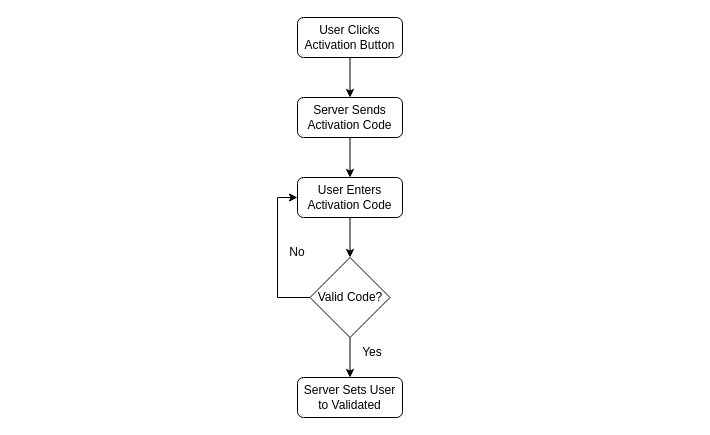
Before: dynamic state charts/activationDataflow.drawio in comment-anything/Specifications, a draw.io diagram. Source tidied: cells renumbered, new cells numbered last; positions are measured from the earlier drawing's top-left corner, leaving out a move shared by most shapes. Both pictures are drawn from the tidied source at 100%, with x=0, y=0 at pixel (267, 17).
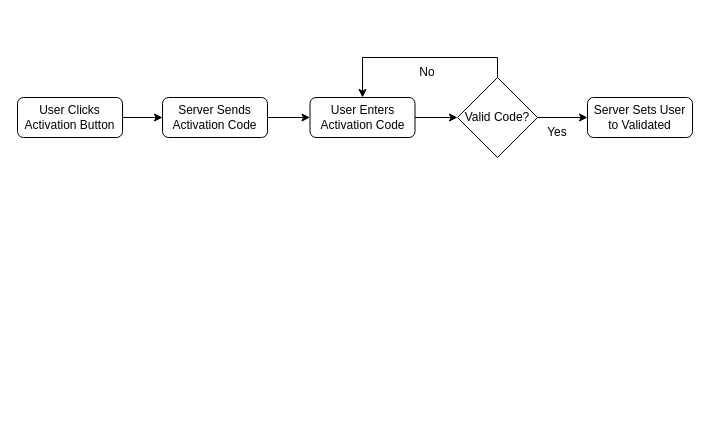
The same diagram, later.

Commit message (it also covers changes not shown here):
Updates to Activation Dataflow

What changed in the source:
```diff
@@
 <mxGraphModel>
   <root>
     <mxCell id="0" />
     <mxCell id="1" parent="0" />
     <mxCell id="2" style="edgeStyle=orthogonalEdgeStyle;rounded=0;jettySize=auto;html=1;" parent="1" edge="1" source="3" target="5">
       <mxGeometry relative="1" as="geometry" />
     </mxCell>
     <mxCell id="3" value="&lt;div&gt;User Clicks Activation Button&lt;/div&gt;" style="rounded=1;whiteSpace=wrap;html=1;fontSize=12;glass=0;strokeWidth=1;shadow=0;" parent="1" vertex="1">
-      <mxGeometry x="30" width="105" height="40" as="geometry" />
+      <mxGeometry x="-250" y="80" width="105" height="40" as="geometry" />
     </mxCell>
     <mxCell id="4" style="edgeStyle=orthogonalEdgeStyle;rounded=0;jettySize=auto;html=1;" parent="1" edge="1" source="5" target="7">
       <mxGeometry relative="1" as="geometry" />
     </mxCell>
     <mxCell id="5" value="Server Sends Activation Code" style="rounded=1;whiteSpace=wrap;html=1;fontSize=12;glass=0;strokeWidth=1;shadow=0;" parent="1" vertex="1">
-      <mxGeometry x="30" y="80" width="105" height="40" as="geometry" />
+      <mxGeometry x="-105" y="80" width="105" height="40" as="geometry" />
     </mxCell>
     <mxCell id="6" style="edgeStyle=orthogonalEdgeStyle;rounded=0;jettySize=auto;html=1;" parent="1" edge="1" source="7" target="10">
       <mxGeometry relative="1" as="geometry" />
     </mxCell>
     <mxCell id="7" value="&lt;div&gt;User Enters&lt;/div&gt;&lt;div&gt;Activation Code&lt;br&gt;&lt;/div&gt;" style="rounded=1;whiteSpace=wrap;html=1;fontSize=12;glass=0;strokeWidth=1;shadow=0;" parent="1" vertex="1">
-      <mxGeometry x="30" y="160" width="105" height="40" as="geometry" />
+      <mxGeometry x="42.5" y="80" width="105" height="40" as="geometry" />
     </mxCell>
     <mxCell id="8" style="edgeStyle=orthogonalEdgeStyle;rounded=0;jettySize=auto;html=1;" parent="1" edge="1" source="10" target="11">
       <mxGeometry relative="1" as="geometry" />
     </mxCell>
-    <mxCell id="9" style="edgeStyle=orthogonalEdgeStyle;rounded=0;jettySize=auto;html=1;exitX=0;exitY=0.5;exitDx=0;exitDy=0;entryX=0;entryY=0.5;entryDx=0;entryDy=0;" parent="1" edge="1" source="10" target="7">
+    <mxCell id="9" style="edgeStyle=orthogonalEdgeStyle;rounded=0;jettySize=auto;html=1;exitX=0.5;exitY=0;exitDx=0;exitDy=0;entryX=0.5;entryY=0;entryDx=0;entryDy=0;" parent="1" edge="1" source="10" target="7">
       <mxGeometry relative="1" as="geometry" />
     </mxCell>
     <mxCell id="10" value="Valid Code?" style="rhombus;whiteSpace=wrap;html=1;" parent="1" vertex="1">
-      <mxGeometry x="42.5" y="240" width="80" height="80" as="geometry" />
+      <mxGeometry x="190" y="60" width="80" height="80" as="geometry" />
     </mxCell>
     <mxCell id="11" value="&lt;div&gt;Server Sets User to Validated&lt;br&gt;&lt;/div&gt;" style="rounded=1;whiteSpace=wrap;html=1;fontSize=12;glass=0;strokeWidth=1;shadow=0;" parent="1" vertex="1">
-      <mxGeometry x="30" y="360" width="105" height="40" as="geometry" />
+      <mxGeometry x="320" y="80" width="105" height="40" as="geometry" />
     </mxCell>
     <mxCell id="12" value="Yes" style="text;html=1;strokeColor=none;fillColor=none;align=center;verticalAlign=middle;whiteSpace=wrap;rounded=0;" parent="1" vertex="1">
-      <mxGeometry x="75" y="320" width="60" height="30" as="geometry" />
+      <mxGeometry x="260" y="100" width="60" height="30" as="geometry" />
     </mxCell>
     <mxCell id="13" value="No" style="text;html=1;strokeColor=none;fillColor=none;align=center;verticalAlign=middle;whiteSpace=wrap;rounded=0;" parent="1" vertex="1">
-      <mxGeometry y="220" width="60" height="30" as="geometry" />
+      <mxGeometry x="130" y="40" width="60" height="30" as="geometry" />
     </mxCell>
   </root>
 </mxGraphModel>
```
